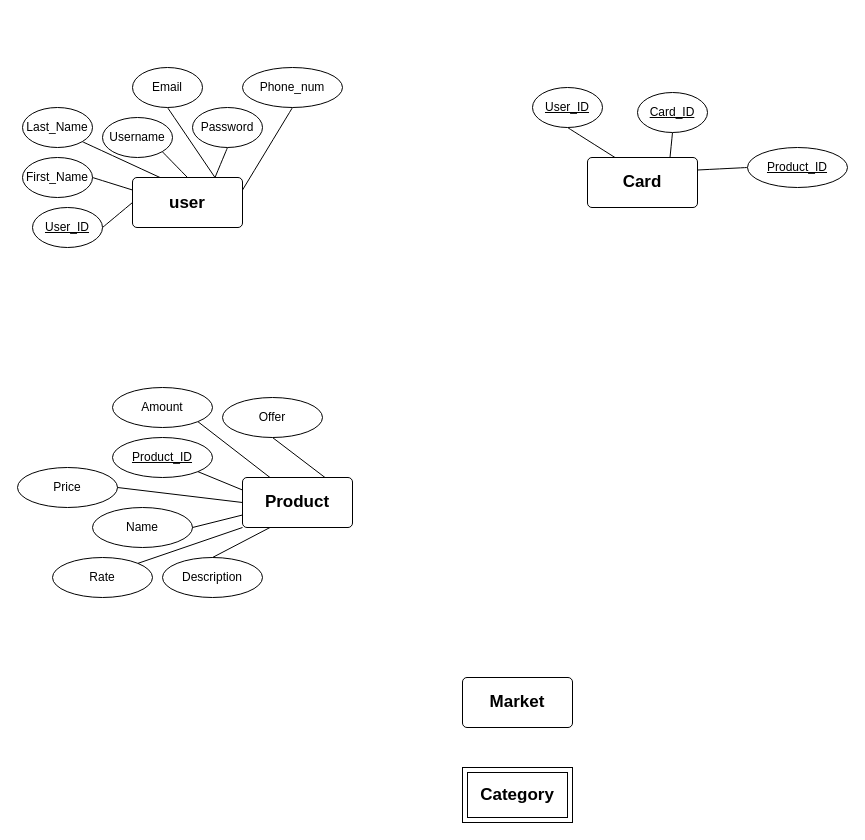
The draw.io diagram digrams/ERD-Digram.drawio in khaledkaram510/SWE-project, before the edit. Source tidied: cells renumbered, new cells numbered last; positions are measured from the earlier drawing's top-left corner, leaving out a move shared by most shapes. Both pictures are drawn from the tidied source at 100%, with x=0, y=0 at pixel (17, 67).
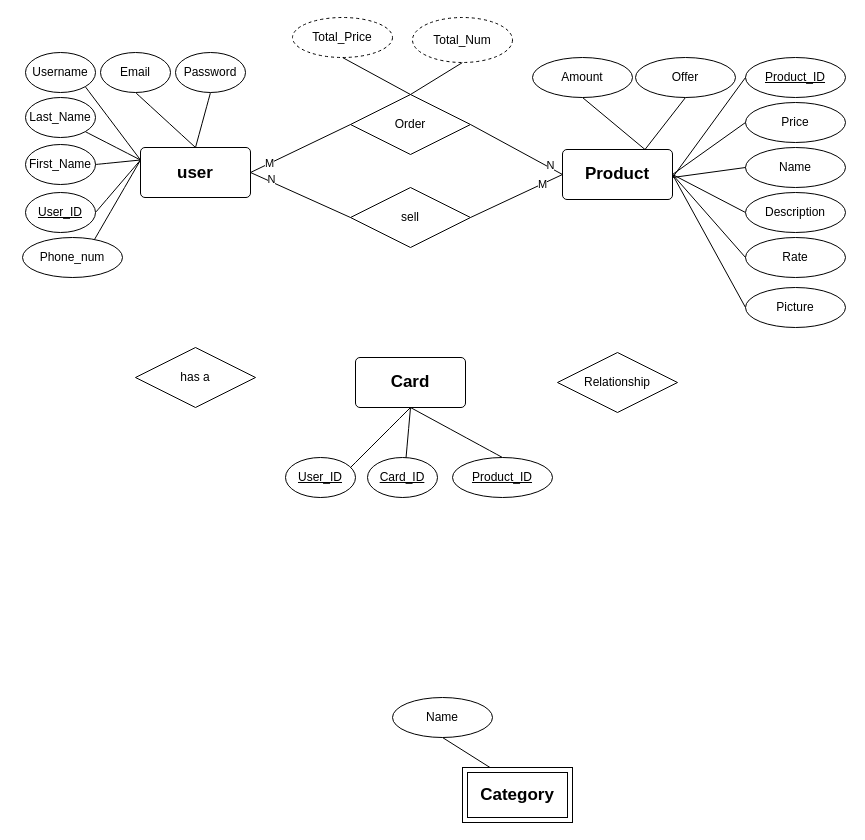
The same page after the edit.

The change refers to these unchanged cells:
```xml
<mxCell id="26" value="&lt;font style=&quot;font-size: 17px;&quot;&gt;&lt;b&gt;Category&lt;/b&gt;&lt;/font&gt;" style="shape=ext;margin=3;double=1;whiteSpace=wrap;html=1;align=center;" parent="1" vertex="1">
  <mxGeometry x="445" y="700" width="110" height="55" as="geometry" />
</mxCell>
```

The edit, as a diff of the source:
```diff
@@
+    <mxCell id="37" value="Rate" style="ellipse;whiteSpace=wrap;html=1;align=center;" parent="1" vertex="1">
+      <mxGeometry x="728" y="170" width="100" height="40" as="geometry" />
+    </mxCell>
     <mxCell id="2" value="&lt;div style=&quot;font-size: 18px;&quot;&gt;&lt;font size=&quot;1&quot;&gt;&lt;b&gt;&lt;font style=&quot;font-size: 17px;&quot;&gt;user&lt;/font&gt;&lt;/b&gt;&lt;/font&gt;&lt;/div&gt;" style="rounded=1;arcSize=9;whiteSpace=wrap;html=1;align=center;" parent="1" vertex="1">
-      <mxGeometry x="115" y="110" width="110" height="50" as="geometry" />
+      <mxGeometry x="123" y="80" width="110" height="50" as="geometry" />
     </mxCell>
     <mxCell id="3" value="&lt;div&gt;First_Name&lt;/div&gt;" style="ellipse;whiteSpace=wrap;html=1;align=center;" parent="1" vertex="1">
-      <mxGeometry x="5" y="90" width="70" height="40" as="geometry" />
+      <mxGeometry x="8" y="77" width="70" height="40" as="geometry" />
     </mxCell>
-    <mxCell id="4" style="edgeStyle=none;curved=1;rounded=0;jettySize=auto;html=1;exitX=1;exitY=0.5;exitDx=0;exitDy=0;entryX=0;entryY=0.5;entryDx=0;entryDy=0;fontSize=12;startSize=8;endSize=8;endArrow=none;endFill=0;" parent="1" edge="1" source="5" target="2">
+    <mxCell id="4" style="edgeStyle=none;curved=1;rounded=0;jettySize=auto;html=1;exitX=1;exitY=0.5;exitDx=0;exitDy=0;entryX=0;entryY=0.25;entryDx=0;entryDy=0;fontSize=12;startSize=8;endSize=8;endArrow=none;endFill=0;" parent="1" edge="1" source="5" target="2">
       <mxGeometry relative="1" as="geometry" />
     </mxCell>
     <mxCell id="5" value="&lt;div&gt;&lt;u&gt;User_ID&lt;/u&gt;&lt;/div&gt;" style="ellipse;whiteSpace=wrap;html=1;align=center;" parent="1" vertex="1">
-      <mxGeometry x="15" y="140" width="70" height="40" as="geometry" />
+      <mxGeometry x="8" y="125" width="70" height="40" as="geometry" />
     </mxCell>
-    <mxCell id="6" style="edgeStyle=none;curved=1;rounded=0;jettySize=auto;html=1;exitX=0.5;exitY=1;exitDx=0;exitDy=0;entryX=1;entryY=0.25;entryDx=0;entryDy=0;fontSize=12;startSize=8;endSize=8;endArrow=none;endFill=0;" parent="1" edge="1" source="7" target="2">
+    <mxCell id="6" style="edgeStyle=none;curved=1;rounded=0;jettySize=auto;html=1;exitX=0.5;exitY=1;exitDx=0;exitDy=0;entryX=0;entryY=0.25;entryDx=0;entryDy=0;fontSize=12;startSize=8;endSize=8;endArrow=none;endFill=0;" parent="1" edge="1" source="7" target="2">
       <mxGeometry relative="1" as="geometry" />
     </mxCell>
     <mxCell id="7" value="&lt;div&gt;Phone_num&lt;/div&gt;" style="ellipse;whiteSpace=wrap;html=1;align=center;" parent="1" vertex="1">
-      <mxGeometry x="225" width="100" height="40" as="geometry" />
+      <mxGeometry x="5" y="170" width="100" height="40" as="geometry" />
     </mxCell>
-    <mxCell id="8" style="edgeStyle=none;curved=1;rounded=0;jettySize=auto;html=1;exitX=1;exitY=1;exitDx=0;exitDy=0;entryX=0.25;entryY=0;entryDx=0;entryDy=0;fontSize=12;startSize=8;endSize=8;endArrow=none;endFill=0;" parent="1" edge="1" source="9" target="2">
+    <mxCell id="8" style="edgeStyle=none;curved=1;rounded=0;jettySize=auto;html=1;exitX=1;exitY=1;exitDx=0;exitDy=0;entryX=0;entryY=0.25;entryDx=0;entryDy=0;fontSize=12;startSize=8;endSize=8;endArrow=none;endFill=0;" parent="1" edge="1" source="9" target="2">
       <mxGeometry relative="1" as="geometry" />
     </mxCell>
     <mxCell id="9" value="&lt;div&gt;Last_Name&lt;/div&gt;" style="ellipse;whiteSpace=wrap;html=1;align=center;" parent="1" vertex="1">
-      <mxGeometry x="5" y="40" width="70" height="40" as="geometry" />
+      <mxGeometry x="8" y="30" width="70" height="40" as="geometry" />
     </mxCell>
-    <mxCell id="10" style="edgeStyle=none;curved=1;rounded=0;jettySize=auto;html=1;exitX=1;exitY=1;exitDx=0;exitDy=0;entryX=0.5;entryY=0;entryDx=0;entryDy=0;fontSize=12;startSize=8;endSize=8;endArrow=none;endFill=0;" parent="1" edge="1" source="11" target="2">
+    <mxCell id="10" style="edgeStyle=none;curved=1;rounded=0;jettySize=auto;html=1;exitX=1;exitY=1;exitDx=0;exitDy=0;entryX=0;entryY=0.25;entryDx=0;entryDy=0;fontSize=12;startSize=8;endSize=8;endArrow=none;endFill=0;" parent="1" edge="1" source="11" target="2">
       <mxGeometry relative="1" as="geometry" />
     </mxCell>
     <mxCell id="11" value="&lt;div&gt;Username&lt;/div&gt;" style="ellipse;whiteSpace=wrap;html=1;align=center;" parent="1" vertex="1">
-      <mxGeometry x="85" y="50" width="70" height="40" as="geometry" />
+      <mxGeometry x="8" y="-15" width="70" height="40" as="geometry" />
     </mxCell>
-    <mxCell id="12" style="edgeStyle=none;curved=1;rounded=0;jettySize=auto;html=1;exitX=0.5;exitY=1;exitDx=0;exitDy=0;entryX=0.75;entryY=0;entryDx=0;entryDy=0;fontSize=12;startSize=8;endSize=8;endArrow=none;endFill=0;" parent="1" edge="1" source="13" target="2">
+    <mxCell id="12" style="edgeStyle=none;curved=1;rounded=0;jettySize=auto;html=1;exitX=0.5;exitY=1;exitDx=0;exitDy=0;entryX=0.5;entryY=0;entryDx=0;entryDy=0;fontSize=12;startSize=8;endSize=8;endArrow=none;endFill=0;" parent="1" edge="1" source="13" target="2">
       <mxGeometry relative="1" as="geometry" />
     </mxCell>
     <mxCell id="13" value="Password" style="ellipse;whiteSpace=wrap;html=1;align=center;" parent="1" vertex="1">
-      <mxGeometry x="175" y="40" width="70" height="40" as="geometry" />
+      <mxGeometry x="158" y="-15" width="70" height="40" as="geometry" />
     </mxCell>
-    <mxCell id="14" style="edgeStyle=none;curved=1;rounded=0;jettySize=auto;html=1;exitX=0.5;exitY=1;exitDx=0;exitDy=0;entryX=0.75;entryY=0;entryDx=0;entryDy=0;fontSize=12;startSize=8;endSize=8;endArrow=none;endFill=0;" parent="1" edge="1" source="15" target="2">
+    <mxCell id="14" style="edgeStyle=none;curved=1;rounded=0;jettySize=auto;html=1;exitX=0.5;exitY=1;exitDx=0;exitDy=0;entryX=0.5;entryY=0;entryDx=0;entryDy=0;fontSize=12;startSize=8;endSize=8;endArrow=none;endFill=0;" parent="1" edge="1" source="15" target="2">
       <mxGeometry relative="1" as="geometry" />
     </mxCell>
     <mxCell id="15" value="&lt;div&gt;Email&lt;/div&gt;" style="ellipse;whiteSpace=wrap;html=1;align=center;" parent="1" vertex="1">
-      <mxGeometry x="115" width="70" height="40" as="geometry" />
+      <mxGeometry x="83" y="-15" width="70" height="40" as="geometry" />
     </mxCell>
@@
-    <mxCell id="17" value="&lt;font style=&quot;font-size: 17px;&quot;&gt;&lt;b&gt;Market&lt;/b&gt;&lt;/font&gt;" style="rounded=1;arcSize=9;whiteSpace=wrap;html=1;align=center;" parent="1" vertex="1">
-      <mxGeometry x="445" y="610" width="110" height="50" as="geometry" />
-    </mxCell>
     <mxCell id="18" value="&lt;font style=&quot;font-size: 17px;&quot;&gt;&lt;b&gt;Product&lt;/b&gt;&lt;/font&gt;" style="rounded=1;arcSize=9;whiteSpace=wrap;html=1;align=center;" parent="1" vertex="1">
-      <mxGeometry x="225" y="410" width="110" height="50" as="geometry" />
+      <mxGeometry x="545" y="82" width="110" height="50" as="geometry" />
     </mxCell>
     <mxCell id="19" value="&lt;div&gt;&lt;font style=&quot;font-size: 17px;&quot;&gt;&lt;b&gt;Card&lt;/b&gt;&lt;/font&gt;&lt;/div&gt;" style="rounded=1;arcSize=9;whiteSpace=wrap;html=1;align=center;" parent="1" vertex="1">
-      <mxGeometry x="570" y="90" width="110" height="50" as="geometry" />
+      <mxGeometry x="338" y="290" width="110" height="50" as="geometry" />
     </mxCell>
-    <mxCell id="20" style="edgeStyle=none;curved=1;rounded=0;jettySize=auto;html=1;exitX=0.5;exitY=1;exitDx=0;exitDy=0;entryX=0.25;entryY=0;entryDx=0;entryDy=0;fontSize=12;startSize=8;endSize=8;endArrow=none;endFill=0;" parent="1" edge="1" source="21" target="19">
+    <mxCell id="20" style="edgeStyle=none;curved=1;rounded=0;jettySize=auto;html=1;exitX=0.5;exitY=1;exitDx=0;exitDy=0;entryX=0.5;entryY=1;entryDx=0;entryDy=0;fontSize=12;startSize=8;endSize=8;endArrow=none;endFill=0;" parent="1" edge="1" source="21" target="19">
       <mxGeometry relative="1" as="geometry" />
     </mxCell>
     <mxCell id="21" value="&lt;div&gt;&lt;u&gt;User_ID&lt;/u&gt;&lt;/div&gt;" style="ellipse;whiteSpace=wrap;html=1;align=center;" parent="1" vertex="1">
-      <mxGeometry x="515" y="20" width="70" height="40" as="geometry" />
+      <mxGeometry x="268" y="390" width="70" height="40" as="geometry" />
     </mxCell>
-    <mxCell id="22" style="edgeStyle=none;curved=1;rounded=0;jettySize=auto;html=1;exitX=0.5;exitY=1;exitDx=0;exitDy=0;entryX=0.75;entryY=0;entryDx=0;entryDy=0;fontSize=12;startSize=8;endSize=8;endArrow=none;endFill=0;" parent="1" edge="1" source="23" target="19">
+    <mxCell id="22" style="edgeStyle=none;curved=1;rounded=0;jettySize=auto;html=1;exitX=0.5;exitY=1;exitDx=0;exitDy=0;entryX=0.5;entryY=1;entryDx=0;entryDy=0;fontSize=12;startSize=8;endSize=8;endArrow=none;endFill=0;" parent="1" edge="1" source="23" target="19">
       <mxGeometry relative="1" as="geometry" />
     </mxCell>
     <mxCell id="23" value="&lt;div&gt;&lt;u&gt;Card_ID&lt;/u&gt;&lt;/div&gt;" style="ellipse;whiteSpace=wrap;html=1;align=center;" parent="1" vertex="1">
-      <mxGeometry x="620" y="25" width="70" height="40" as="geometry" />
+      <mxGeometry x="350" y="390" width="70" height="40" as="geometry" />
     </mxCell>
-    <mxCell id="24" style="edgeStyle=none;curved=1;rounded=0;jettySize=auto;html=1;exitX=0;exitY=0.5;exitDx=0;exitDy=0;entryX=1;entryY=0.25;entryDx=0;entryDy=0;fontSize=12;startSize=8;endSize=8;endArrow=none;endFill=0;" parent="1" edge="1" source="25" target="19">
+    <mxCell id="24" style="edgeStyle=none;curved=1;rounded=0;jettySize=auto;html=1;exitX=0.5;exitY=0;exitDx=0;exitDy=0;entryX=0.5;entryY=1;entryDx=0;entryDy=0;fontSize=12;startSize=8;endSize=8;endArrow=none;endFill=0;" parent="1" edge="1" source="25" target="19">
       <mxGeometry relative="1" as="geometry" />
     </mxCell>
     <mxCell id="25" value="&lt;div&gt;&lt;u&gt;Product_ID&lt;/u&gt;&lt;/div&gt;" style="ellipse;whiteSpace=wrap;html=1;align=center;" parent="1" vertex="1">
-      <mxGeometry x="730" y="80" width="100" height="40" as="geometry" />
+      <mxGeometry x="435" y="390" width="100" height="40" as="geometry" />
     </mxCell>
@@
     <mxCell id="27" value="&lt;div&gt;&lt;u&gt;Product_ID&lt;/u&gt;&lt;/div&gt;" style="ellipse;whiteSpace=wrap;html=1;align=center;" parent="1" vertex="1">
-      <mxGeometry x="95" y="370" width="100" height="40" as="geometry" />
+      <mxGeometry x="728" y="-10" width="100" height="40" as="geometry" />
     </mxCell>
     <mxCell id="28" value="&lt;div&gt;Price&lt;/div&gt;" style="ellipse;whiteSpace=wrap;html=1;align=center;" parent="1" vertex="1">
-      <mxGeometry y="400" width="100" height="40" as="geometry" />
+      <mxGeometry x="728" y="35" width="100" height="40" as="geometry" />
     </mxCell>
-    <mxCell id="29" style="rounded=0;jettySize=auto;html=1;exitX=1;exitY=1;exitDx=0;exitDy=0;entryX=0.25;entryY=0;entryDx=0;entryDy=0;endArrow=none;endFill=0;" parent="1" edge="1" source="30" target="18">
+    <mxCell id="29" style="rounded=0;jettySize=auto;html=1;exitX=0.5;exitY=1;exitDx=0;exitDy=0;entryX=0.75;entryY=0;entryDx=0;entryDy=0;endArrow=none;endFill=0;" parent="1" edge="1" source="30" target="18">
       <mxGeometry relative="1" as="geometry" />
     </mxCell>
     <mxCell id="30" value="&lt;div&gt;Amount&lt;/div&gt;" style="ellipse;whiteSpace=wrap;html=1;align=center;" parent="1" vertex="1">
-      <mxGeometry x="95" y="320" width="100" height="40" as="geometry" />
+      <mxGeometry x="515" y="-10" width="100" height="40" as="geometry" />
     </mxCell>
@@
     <mxCell id="32" value="Offer" style="ellipse;whiteSpace=wrap;html=1;align=center;" parent="1" vertex="1">
-      <mxGeometry x="205" y="330" width="100" height="40" as="geometry" />
+      <mxGeometry x="618" y="-10" width="100" height="40" as="geometry" />
     </mxCell>
-    <mxCell id="33" style="rounded=0;jettySize=auto;html=1;exitX=1;exitY=1;exitDx=0;exitDy=0;entryX=0;entryY=0.25;entryDx=0;entryDy=0;endArrow=none;endFill=0;" parent="1" edge="1" source="27" target="18">
+    <mxCell id="33" style="rounded=0;jettySize=auto;html=1;exitX=0;exitY=0.5;exitDx=0;exitDy=0;entryX=1;entryY=0.5;entryDx=0;entryDy=0;endArrow=none;endFill=0;" parent="1" edge="1" source="38" target="18">
       <mxGeometry relative="1" as="geometry" />
     </mxCell>
-    <mxCell id="34" style="rounded=0;jettySize=auto;html=1;exitX=1;exitY=0.5;exitDx=0;exitDy=0;entryX=0;entryY=0.5;entryDx=0;entryDy=0;endArrow=none;endFill=0;" parent="1" edge="1" source="28" target="18">
-      <mxGeometry relative="1" as="geometry" />
+    <mxCell id="34" style="rounded=0;jettySize=auto;html=1;endArrow=none;endFill=0;exitX=0;exitY=0.5;exitDx=0;exitDy=0;" parent="1" edge="1" source="27">
+      <mxGeometry relative="1" as="geometry">
+        <mxPoint x="655" y="110" as="targetPoint" />
+      </mxGeometry>
     </mxCell>
     <mxCell id="35" value="Name" style="ellipse;whiteSpace=wrap;html=1;align=center;" parent="1" vertex="1">
-      <mxGeometry x="75" y="440" width="100" height="40" as="geometry" />
+      <mxGeometry x="728" y="80" width="100" height="40" as="geometry" />
     </mxCell>
-    <mxCell id="36" style="rounded=0;jettySize=auto;html=1;exitX=1;exitY=0.5;exitDx=0;exitDy=0;entryX=0;entryY=0.75;entryDx=0;entryDy=0;endArrow=none;endFill=0;" parent="1" edge="1" source="35" target="18">
-      <mxGeometry relative="1" as="geometry" />
+    <mxCell id="36" style="rounded=0;jettySize=auto;html=1;exitX=0;exitY=0.5;exitDx=0;exitDy=0;endArrow=none;endFill=0;" parent="1" edge="1" source="35">
+      <mxGeometry relative="1" as="geometry">
+        <mxPoint x="655" y="110" as="targetPoint" />
+      </mxGeometry>
     </mxCell>
-    <mxCell id="37" value="Rate" style="ellipse;whiteSpace=wrap;html=1;align=center;" parent="1" vertex="1">
-      <mxGeometry x="35" y="490" width="100" height="40" as="geometry" />
-    </mxCell>
     <mxCell id="38" value="&lt;div&gt;Description&lt;/div&gt;" style="ellipse;whiteSpace=wrap;html=1;align=center;" parent="1" vertex="1">
-      <mxGeometry x="145" y="490" width="100" height="40" as="geometry" />
+      <mxGeometry x="728" y="125" width="100" height="40" as="geometry" />
     </mxCell>
-    <mxCell id="39" style="rounded=0;jettySize=auto;html=1;entryX=0.25;entryY=1;entryDx=0;entryDy=0;endArrow=none;endFill=0;exitX=0.5;exitY=0;exitDx=0;exitDy=0;" parent="1" edge="1" source="38" target="18">
+    <mxCell id="39" style="rounded=0;jettySize=auto;html=1;entryX=1;entryY=0.5;entryDx=0;entryDy=0;endArrow=none;endFill=0;exitX=0;exitY=0.5;exitDx=0;exitDy=0;" parent="1" edge="1" source="28" target="18">
       <mxGeometry relative="1" as="geometry" />
     </mxCell>
-    <mxCell id="40" style="rounded=0;jettySize=auto;html=1;exitX=1;exitY=0;exitDx=0;exitDy=0;entryX=0;entryY=1;entryDx=0;entryDy=0;endArrow=none;endFill=0;" parent="1" edge="1" source="37" target="18">
+    <mxCell id="40" style="rounded=0;jettySize=auto;html=1;exitX=0;exitY=0.5;exitDx=0;exitDy=0;entryX=1;entryY=0.5;entryDx=0;entryDy=0;endArrow=none;endFill=0;" parent="1" edge="1" source="37" target="18">
       <mxGeometry relative="1" as="geometry" />
     </mxCell>
+    <mxCell id="41" style="rounded=0;jettySize=auto;html=1;exitX=0.5;exitY=1;exitDx=0;exitDy=0;entryX=0.25;entryY=0;entryDx=0;entryDy=0;endArrow=none;endFill=0;" parent="1" edge="1" source="42" target="26">
+      <mxGeometry relative="1" as="geometry" />
+    </mxCell>
+    <mxCell id="42" value="Name" style="ellipse;whiteSpace=wrap;html=1;align=center;" parent="1" vertex="1">
+      <mxGeometry x="375" y="630" width="100" height="40" as="geometry" />
+    </mxCell>
+    <mxCell id="43" style="rounded=0;jettySize=auto;html=1;endArrow=none;endFill=0;entryX=0;entryY=0.5;entryDx=0;entryDy=0;exitX=1;exitY=0.5;exitDx=0;exitDy=0;" parent="1" edge="1" source="53" target="18">
+      <mxGeometry relative="1" as="geometry" />
+    </mxCell>
+    <mxCell id="44" value="N" style="edgeLabel;html=1;align=center;verticalAlign=middle;" parent="43" vertex="1">
+      <mxGeometry x="0.7" y="2" relative="1" as="geometry" />
+    </mxCell>
+    <mxCell id="45" style="rounded=0;jettySize=auto;html=1;entryX=1;entryY=0.5;entryDx=0;entryDy=0;endArrow=none;endFill=0;exitX=0;exitY=0.5;exitDx=0;exitDy=0;" parent="1" edge="1" source="53" target="2">
+      <mxGeometry relative="1" as="geometry" />
+    </mxCell>
+    <mxCell id="46" value="M" style="edgeLabel;html=1;align=center;verticalAlign=middle;" parent="45" vertex="1">
+      <mxGeometry x="0.62" relative="1" as="geometry" />
+    </mxCell>
+    <mxCell id="47" style="edgeStyle=none;rounded=0;jettySize=auto;html=1;entryX=0;entryY=0.5;entryDx=0;entryDy=0;endArrow=none;endFill=0;exitX=1;exitY=0.5;exitDx=0;exitDy=0;" parent="1" edge="1" source="54" target="18">
+      <mxGeometry relative="1" as="geometry" />
+    </mxCell>
+    <mxCell id="48" value="M" style="edgeLabel;html=1;align=center;verticalAlign=middle;" parent="47" vertex="1">
+      <mxGeometry x="0.56" relative="1" as="geometry" />
+    </mxCell>
+    <mxCell id="49" style="edgeStyle=none;rounded=0;jettySize=auto;html=1;entryX=1;entryY=0.5;entryDx=0;entryDy=0;endArrow=none;endFill=0;exitX=0;exitY=0.5;exitDx=0;exitDy=0;" parent="1" edge="1" source="54" target="2">
+      <mxGeometry relative="1" as="geometry" />
+    </mxCell>
+    <mxCell id="50" value="N" style="edgeLabel;html=1;align=center;verticalAlign=middle;" parent="49" vertex="1">
+      <mxGeometry x="0.61" y="-3" relative="1" as="geometry" />
+    </mxCell>
+    <mxCell id="51" style="edgeStyle=none;rounded=0;jettySize=auto;html=1;exitX=0;exitY=0.5;exitDx=0;exitDy=0;entryX=1;entryY=0.5;entryDx=0;entryDy=0;endArrow=none;endFill=0;" parent="1" edge="1" source="52" target="18">
+      <mxGeometry relative="1" as="geometry" />
+    </mxCell>
+    <mxCell id="52" value="Picture" style="ellipse;whiteSpace=wrap;html=1;align=center;" parent="1" vertex="1">
+      <mxGeometry x="728" y="220" width="100" height="40" as="geometry" />
+    </mxCell>
+    <mxCell id="53" value="Order" style="shape=rhombus;perimeter=rhombusPerimeter;whiteSpace=wrap;html=1;align=center;" parent="1" vertex="1">
+      <mxGeometry x="333" y="27" width="120" height="60" as="geometry" />
+    </mxCell>
+    <mxCell id="54" value="sell" style="shape=rhombus;perimeter=rhombusPerimeter;whiteSpace=wrap;html=1;align=center;" parent="1" vertex="1">
+      <mxGeometry x="333" y="120" width="120" height="60" as="geometry" />
+    </mxCell>
+    <mxCell id="55" style="edgeStyle=none;rounded=0;jettySize=auto;html=1;exitX=0.5;exitY=1;exitDx=0;exitDy=0;entryX=0.5;entryY=0;entryDx=0;entryDy=0;endArrow=none;endFill=0;" parent="1" edge="1" source="56" target="53">
+      <mxGeometry relative="1" as="geometry" />
+    </mxCell>
+    <mxCell id="56" value="Total_Num" style="ellipse;whiteSpace=wrap;html=1;align=center;dashed=1;" parent="1" vertex="1">
+      <mxGeometry x="395" y="-50" width="100" height="45" as="geometry" />
+    </mxCell>
+    <mxCell id="57" style="edgeStyle=none;rounded=0;jettySize=auto;html=1;exitX=0.5;exitY=1;exitDx=0;exitDy=0;entryX=0.5;entryY=0;entryDx=0;entryDy=0;endArrow=none;endFill=0;" parent="1" edge="1" source="58" target="53">
+      <mxGeometry relative="1" as="geometry" />
+    </mxCell>
+    <mxCell id="58" value="Total_Price" style="ellipse;whiteSpace=wrap;html=1;align=center;dashed=1;" parent="1" vertex="1">
+      <mxGeometry x="275" y="-50" width="100" height="40" as="geometry" />
+    </mxCell>
+    <mxCell id="59" value="has a" style="shape=rhombus;perimeter=rhombusPerimeter;whiteSpace=wrap;html=1;align=center;" parent="1" vertex="1">
+      <mxGeometry x="118" y="280" width="120" height="60" as="geometry" />
+    </mxCell>
+    <mxCell id="60" value="Relationship" style="shape=rhombus;perimeter=rhombusPerimeter;whiteSpace=wrap;html=1;align=center;" parent="1" vertex="1">
+      <mxGeometry x="540" y="285" width="120" height="60" as="geometry" />
+    </mxCell>
```
